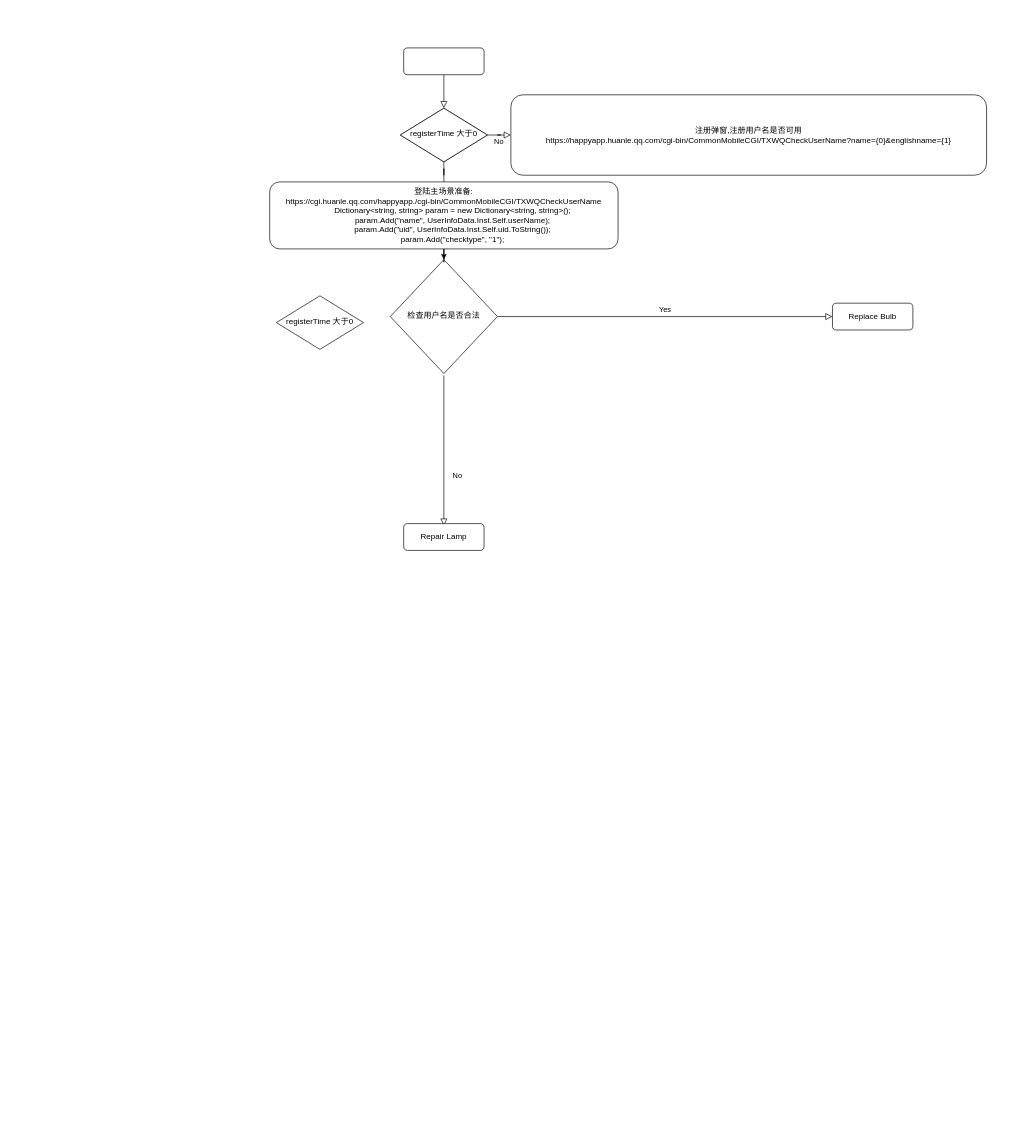
Above: 用户名检测.drawio in atom123/Draw (draw.io), before the change. Source tidied: cells renumbered, new cells numbered last; positions are measured from the earlier drawing's top-left corner, leaving out a move shared by most shapes. Both pictures are drawn from the tidied source at 67%, with x=0, y=0 at pixel (269, 48).
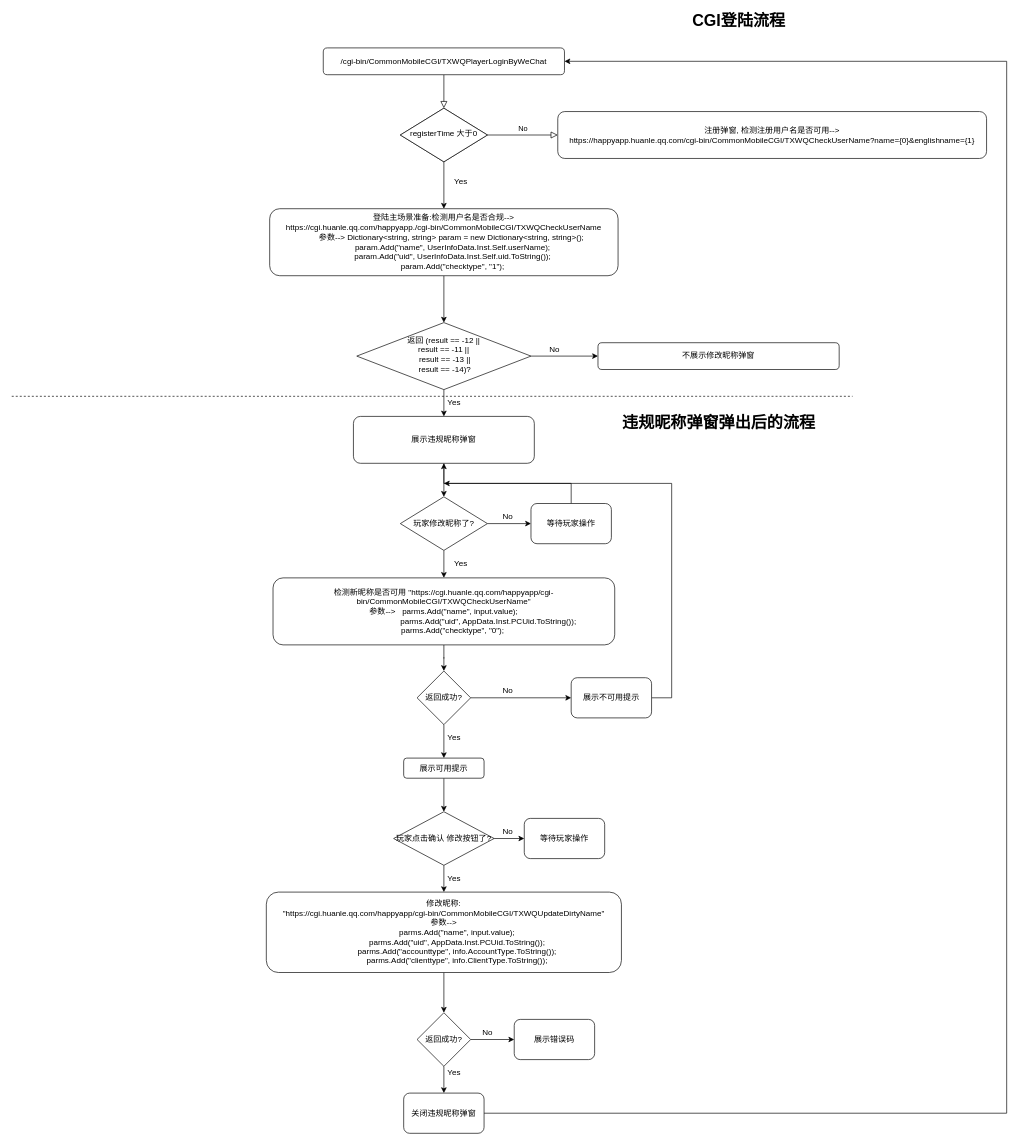
After the change.

Commit message (it also covers changes not shown here):
Update 用户名检测.drawio

Unchanged cells that the change refers to:
```xml
<mxCell id="5" value="registerTime&amp;nbsp;大于0" style="rhombus;whiteSpace=wrap;html=1;shadow=0;fontFamily=Helvetica;fontSize=12;align=center;strokeWidth=1;spacing=6;spacingTop=-4;" parent="1" vertex="1">
  <mxGeometry x="195" y="90" width="130" height="80" as="geometry" />
</mxCell>
<mxCell id="15" value="registerTime&amp;nbsp;大于0" style="rhombus;whiteSpace=wrap;html=1;shadow=0;fontFamily=Helvetica;fontSize=12;align=center;strokeWidth=1;spacing=6;spacingTop=-4;" parent="1" vertex="1">
  <mxGeometry x="195" y="90" width="130" height="80" as="geometry" />
</mxCell>
```

The edit, as a diff of the source:
```diff
@@
-    <mxCell id="3" style="rounded=1;whiteSpace=wrap;html=1;fontSize=12;glass=0;strokeWidth=1;shadow=0;" parent="1" vertex="1">
-      <mxGeometry x="200" width="120" height="40" as="geometry" />
+    <mxCell id="3" value="/cgi-bin/CommonMobileCGI/TXWQPlayerLoginByWeChat" style="rounded=1;whiteSpace=wrap;html=1;fontSize=12;glass=0;strokeWidth=1;shadow=0;" parent="1" vertex="1">
+      <mxGeometry x="80" width="360" height="40" as="geometry" />
     </mxCell>
@@
-    <mxCell id="6" value="注册弹窗,注册用户名是否可用&lt;br&gt;https://happyapp.huanle.qq.com/cgi-bin/CommonMobileCGI/TXWQCheckUserName?name={0}&amp;amp;englishname={1}" style="rounded=1;whiteSpace=wrap;html=1;fontSize=12;glass=0;strokeWidth=1;shadow=0;" parent="1" vertex="1">
-      <mxGeometry x="360" y="70" width="710" height="120" as="geometry" />
+    <mxCell id="6" value="注册弹窗,&amp;nbsp;检测注册用户名是否可用--&amp;gt;&lt;br&gt;https://happyapp.huanle.qq.com/cgi-bin/CommonMobileCGI/TXWQCheckUserName?name={0}&amp;amp;englishname={1}" style="rounded=1;whiteSpace=wrap;html=1;fontSize=12;glass=0;strokeWidth=1;shadow=0;" parent="1" vertex="1">
+      <mxGeometry x="430" y="95" width="640" height="70" as="geometry" />
     </mxCell>
-    <mxCell id="7" value="No" style="rounded=0;html=1;jettySize=auto;orthogonalLoop=1;fontSize=11;endArrow=block;endFill=0;endSize=8;strokeWidth=1;shadow=0;labelBackgroundColor=none;edgeStyle=orthogonalEdgeStyle;" parent="1" edge="1">
-      <mxGeometry x="0.33" y="20" relative="1" as="geometry">
-        <mxPoint x="260" y="489" as="sourcePoint" />
-        <mxPoint x="260" y="713" as="targetPoint" />
-      </mxGeometry>
-    </mxCell>
-    <mxCell id="8" value="Yes" style="edgeStyle=orthogonalEdgeStyle;rounded=0;html=1;jettySize=auto;fontSize=11;endArrow=block;endFill=0;endSize=8;strokeWidth=1;shadow=0;labelBackgroundColor=none;" parent="1" edge="1" source="9" target="11">
-      <mxGeometry y="10" relative="1" as="geometry" />
-    </mxCell>
-    <mxCell id="9" value="检查用户名是否合法" style="rhombus;whiteSpace=wrap;html=1;shadow=0;fontFamily=Helvetica;fontSize=12;align=center;strokeWidth=1;spacing=6;spacingTop=-4;" parent="1" vertex="1">
-      <mxGeometry x="180" y="316" width="160" height="170" as="geometry" />
-    </mxCell>
+    <mxCell id="17" style="edgeStyle=orthogonalEdgeStyle;rounded=0;jettySize=auto;html=1;" parent="1" edge="1" source="10" target="28">
+      <mxGeometry relative="1" as="geometry" />
+    </mxCell>
-    <mxCell id="10" value="Repair Lamp" style="rounded=1;whiteSpace=wrap;html=1;fontSize=12;glass=0;strokeWidth=1;shadow=0;" parent="1" vertex="1">
-      <mxGeometry x="200" y="710" width="120" height="40" as="geometry" />
+    <mxCell id="10" value="展示违规昵称弹窗" style="rounded=1;whiteSpace=wrap;html=1;fontSize=12;glass=0;strokeWidth=1;shadow=0;" parent="1" vertex="1">
+      <mxGeometry x="125" y="550" width="270" height="70" as="geometry" />
     </mxCell>
-    <mxCell id="11" value="Replace Bulb" style="rounded=1;whiteSpace=wrap;html=1;fontSize=12;glass=0;strokeWidth=1;shadow=0;" parent="1" vertex="1">
-      <mxGeometry x="840" y="381" width="120" height="40" as="geometry" />
-    </mxCell>
-    <mxCell id="12" style="edgeStyle=orthogonalEdgeStyle;rounded=0;jettySize=auto;html=1;" parent="1" edge="1" source="13" target="9">
-      <mxGeometry relative="1" as="geometry" />
-    </mxCell>
+    <mxCell id="18" style="edgeStyle=orthogonalEdgeStyle;rounded=0;jettySize=auto;html=1;entryX=0.5;entryY=0;entryDx=0;entryDy=0;" parent="1" edge="1" source="13" target="16">
+      <mxGeometry relative="1" as="geometry" />
+    </mxCell>
-    <mxCell id="13" value="登陆主场景准备:&lt;br&gt;https://cgi.huanle.qq.com/happyapp./cgi-bin/CommonMobileCGI/TXWQCheckUserName&lt;br&gt;&lt;div&gt;&amp;nbsp; &amp;nbsp; &amp;nbsp; &amp;nbsp; Dictionary&amp;lt;string, string&amp;gt; param = new Dictionary&amp;lt;string, string&amp;gt;();&lt;/div&gt;&lt;div&gt;&amp;nbsp; &amp;nbsp; &amp;nbsp; &amp;nbsp; param.Add(&quot;name&quot;, UserInfoData.Inst.Self.userName);&lt;/div&gt;&lt;div&gt;&amp;nbsp; &amp;nbsp; &amp;nbsp; &amp;nbsp; param.Add(&quot;uid&quot;, UserInfoData.Inst.Self.uid.ToString());&lt;/div&gt;&lt;div&gt;&amp;nbsp; &amp;nbsp; &amp;nbsp; &amp;nbsp; param.Add(&quot;checktype&quot;, &quot;1&quot;);&lt;/div&gt;" style="rounded=1;whiteSpace=wrap;html=1;fontSize=12;glass=0;strokeWidth=1;shadow=0;" parent="1" vertex="1">
-      <mxGeometry y="200" width="520" height="100" as="geometry" />
+    <mxCell id="13" value="登陆主场景准备:检测用户名是否合规--&amp;gt;&lt;br&gt;https://cgi.huanle.qq.com/happyapp./cgi-bin/CommonMobileCGI/TXWQCheckUserName&lt;br&gt;&lt;div&gt;&amp;nbsp; &amp;nbsp; &amp;nbsp; &amp;nbsp;参数--&amp;gt; Dictionary&amp;lt;string, string&amp;gt; param = new Dictionary&amp;lt;string, string&amp;gt;();&lt;/div&gt;&lt;div&gt;&amp;nbsp; &amp;nbsp; &amp;nbsp; &amp;nbsp; param.Add(&quot;name&quot;, UserInfoData.Inst.Self.userName);&lt;/div&gt;&lt;div&gt;&amp;nbsp; &amp;nbsp; &amp;nbsp; &amp;nbsp; param.Add(&quot;uid&quot;, UserInfoData.Inst.Self.uid.ToString());&lt;/div&gt;&lt;div&gt;&amp;nbsp; &amp;nbsp; &amp;nbsp; &amp;nbsp; param.Add(&quot;checktype&quot;, &quot;1&quot;);&lt;/div&gt;" style="rounded=1;whiteSpace=wrap;html=1;fontSize=12;glass=0;strokeWidth=1;shadow=0;" parent="1" vertex="1">
+      <mxGeometry y="240" width="520" height="100" as="geometry" />
     </mxCell>
-    <mxCell id="14" style="rounded=0;html=1;jettySize=auto;fontSize=11;endArrow=none;endFill=0;endSize=8;strokeWidth=1;shadow=0;labelBackgroundColor=none;edgeStyle=orthogonalEdgeStyle;" parent="1" edge="1" source="5" target="13">
-      <mxGeometry y="20" relative="1" as="geometry" />
-    </mxCell>
+    <mxCell id="19" style="edgeStyle=orthogonalEdgeStyle;rounded=0;jettySize=auto;html=1;entryX=0.5;entryY=0;entryDx=0;entryDy=0;" parent="1" edge="1" source="15" target="13">
+      <mxGeometry relative="1" as="geometry" />
+    </mxCell>
@@
+    <mxCell id="20" style="edgeStyle=orthogonalEdgeStyle;rounded=0;jettySize=auto;html=1;" parent="1" edge="1" source="16" target="10">
+      <mxGeometry relative="1" as="geometry" />
+    </mxCell>
+    <mxCell id="21" style="edgeStyle=orthogonalEdgeStyle;rounded=0;jettySize=auto;html=1;exitX=1;exitY=0.5;exitDx=0;exitDy=0;entryX=0;entryY=0.5;entryDx=0;entryDy=0;" parent="1" edge="1" source="16" target="25">
+      <mxGeometry relative="1" as="geometry" />
+    </mxCell>
-    <mxCell id="16" value="registerTime&amp;nbsp;大于0" style="rhombus;whiteSpace=wrap;html=1;shadow=0;fontFamily=Helvetica;fontSize=12;align=center;strokeWidth=1;spacing=6;spacingTop=-4;" parent="1" vertex="1">
-      <mxGeometry x="10" y="370" width="130" height="80" as="geometry" />
+    <mxCell id="16" value="返回 (result == -12 || &lt;br&gt;result == -11 ||&lt;br&gt;&amp;nbsp;result == -13 ||&lt;br&gt;&amp;nbsp;result == -14)?" style="rhombus;whiteSpace=wrap;html=1;shadow=0;fontFamily=Helvetica;fontSize=12;align=center;strokeWidth=1;spacing=6;spacingTop=-4;" parent="1" vertex="1">
+      <mxGeometry x="130" y="410" width="260" height="100" as="geometry" />
     </mxCell>
+    <mxCell id="22" value="Yes" style="text;html=1;align=center;verticalAlign=middle;strokeColor=none;fillColor=none;" parent="1" vertex="1">
+      <mxGeometry x="270" y="190" width="30" height="20" as="geometry" />
+    </mxCell>
+    <mxCell id="23" value="Yes" style="text;html=1;align=center;verticalAlign=middle;strokeColor=none;fillColor=none;" parent="1" vertex="1">
+      <mxGeometry x="260" y="520" width="30" height="20" as="geometry" />
+    </mxCell>
+    <mxCell id="24" value="No" style="text;html=1;align=center;verticalAlign=middle;strokeColor=none;fillColor=none;" parent="1" vertex="1">
+      <mxGeometry x="410" y="440" width="30" height="20" as="geometry" />
+    </mxCell>
+    <mxCell id="25" value="不展示修改昵称弹窗" style="rounded=1;whiteSpace=wrap;html=1;fontSize=12;glass=0;strokeWidth=1;shadow=0;" parent="1" vertex="1">
+      <mxGeometry x="490" y="440" width="360" height="40" as="geometry" />
+    </mxCell>
+    <mxCell id="26" style="edgeStyle=orthogonalEdgeStyle;rounded=0;jettySize=auto;html=1;entryX=0.5;entryY=0;entryDx=0;entryDy=0;" parent="1" edge="1" source="28" target="30">
+      <mxGeometry relative="1" as="geometry" />
+    </mxCell>
+    <mxCell id="27" style="edgeStyle=orthogonalEdgeStyle;rounded=0;jettySize=auto;html=1;entryX=0;entryY=0.5;entryDx=0;entryDy=0;" parent="1" edge="1" source="28" target="32">
+      <mxGeometry relative="1" as="geometry" />
+    </mxCell>
+    <mxCell id="28" value="玩家修改昵称了?" style="rhombus;whiteSpace=wrap;html=1;" parent="1" vertex="1">
+      <mxGeometry x="195" y="670" width="130" height="80" as="geometry" />
+    </mxCell>
+    <mxCell id="29" style="edgeStyle=orthogonalEdgeStyle;rounded=0;jettySize=auto;html=1;entryX=0.5;entryY=0;entryDx=0;entryDy=0;" parent="1" edge="1" source="30" target="37">
+      <mxGeometry relative="1" as="geometry" />
+    </mxCell>
+    <mxCell id="30" value="检测新昵称是否可用 &quot;https://cgi.huanle.qq.com/happyapp/cgi-bin/CommonMobileCGI/TXWQCheckUserName&quot;&lt;br&gt;参数--&amp;gt;&lt;span&gt;&amp;nbsp; &amp;nbsp;parms.Add(&quot;name&quot;, input.value);&lt;/span&gt;&lt;div&gt;&amp;nbsp; &amp;nbsp; &amp;nbsp; &amp;nbsp; &amp;nbsp; &amp;nbsp; &amp;nbsp; &amp;nbsp; &amp;nbsp; &amp;nbsp; &amp;nbsp; &amp;nbsp; &amp;nbsp; &amp;nbsp; &amp;nbsp; &amp;nbsp; &amp;nbsp; &amp;nbsp; &amp;nbsp; &amp;nbsp; parms.Add(&quot;uid&quot;, AppData.Inst.PCUid.ToString());&lt;/div&gt;&lt;div&gt;&lt;span&gt;&amp;nbsp; &amp;nbsp; &amp;nbsp; &amp;nbsp; parms.Add(&quot;checktype&quot;, &quot;0&quot;);&lt;/span&gt;&lt;br&gt;&lt;/div&gt;" style="rounded=1;whiteSpace=wrap;html=1;" parent="1" vertex="1">
+      <mxGeometry x="5" y="791" width="510" height="100" as="geometry" />
+    </mxCell>
+    <mxCell id="31" style="edgeStyle=orthogonalEdgeStyle;rounded=0;jettySize=auto;html=1;" parent="1" edge="1" source="32" target="10">
+      <mxGeometry relative="1" as="geometry" />
+    </mxCell>
+    <mxCell id="32" value="等待玩家操作" style="rounded=1;whiteSpace=wrap;html=1;" parent="1" vertex="1">
+      <mxGeometry x="390" y="680" width="120" height="60" as="geometry" />
+    </mxCell>
+    <mxCell id="33" value="Yes" style="text;html=1;align=center;verticalAlign=middle;strokeColor=none;fillColor=none;" parent="1" vertex="1">
+      <mxGeometry x="270" y="760" width="30" height="20" as="geometry" />
+    </mxCell>
+    <mxCell id="34" value="No" style="text;html=1;align=center;verticalAlign=middle;strokeColor=none;fillColor=none;" parent="1" vertex="1">
+      <mxGeometry x="340" y="690" width="30" height="20" as="geometry" />
+    </mxCell>
+    <mxCell id="35" style="edgeStyle=orthogonalEdgeStyle;rounded=0;jettySize=auto;html=1;exitX=1;exitY=0.5;exitDx=0;exitDy=0;entryX=0;entryY=0.5;entryDx=0;entryDy=0;" parent="1" edge="1" source="37" target="39">
+      <mxGeometry relative="1" as="geometry" />
+    </mxCell>
+    <mxCell id="36" style="edgeStyle=orthogonalEdgeStyle;rounded=0;jettySize=auto;html=1;exitX=0.5;exitY=1;exitDx=0;exitDy=0;entryX=0.5;entryY=0;entryDx=0;entryDy=0;" parent="1" edge="1" source="37" target="46">
+      <mxGeometry relative="1" as="geometry" />
+    </mxCell>
+    <mxCell id="37" value="返回成功?" style="rhombus;whiteSpace=wrap;html=1;" parent="1" vertex="1">
+      <mxGeometry x="220" y="930" width="80" height="80" as="geometry" />
+    </mxCell>
+    <mxCell id="38" style="edgeStyle=orthogonalEdgeStyle;rounded=0;jettySize=auto;html=1;" parent="1" edge="1" source="39">
+      <mxGeometry relative="1" as="geometry">
+        <mxPoint x="260" y="650" as="targetPoint" />
+        <Array as="points">
+          <mxPoint x="600" y="970" />
+          <mxPoint x="600" y="650" />
+        </Array>
+      </mxGeometry>
+    </mxCell>
+    <mxCell id="39" value="展示不可用提示" style="rounded=1;whiteSpace=wrap;html=1;" parent="1" vertex="1">
+      <mxGeometry x="450" y="940" width="120" height="60" as="geometry" />
+    </mxCell>
+    <mxCell id="40" value="No" style="text;html=1;align=center;verticalAlign=middle;strokeColor=none;fillColor=none;" parent="1" vertex="1">
+      <mxGeometry x="340" y="950" width="30" height="20" as="geometry" />
+    </mxCell>
+    <mxCell id="41" value="Yes" style="text;html=1;align=center;verticalAlign=middle;strokeColor=none;fillColor=none;" parent="1" vertex="1">
+      <mxGeometry x="260" y="1020" width="30" height="20" as="geometry" />
+    </mxCell>
+    <mxCell id="42" style="edgeStyle=orthogonalEdgeStyle;rounded=0;jettySize=auto;html=1;exitX=0.5;exitY=1;exitDx=0;exitDy=0;entryX=0.5;entryY=0;entryDx=0;entryDy=0;" parent="1" edge="1" source="44" target="48">
+      <mxGeometry relative="1" as="geometry" />
+    </mxCell>
+    <mxCell id="43" style="edgeStyle=orthogonalEdgeStyle;rounded=0;jettySize=auto;html=1;entryX=0;entryY=0.5;entryDx=0;entryDy=0;" parent="1" edge="1" source="44" target="58">
+      <mxGeometry relative="1" as="geometry" />
+    </mxCell>
+    <mxCell id="44" value="玩家点击确认&amp;nbsp;修改按钮了?" style="rhombus;whiteSpace=wrap;html=1;" parent="1" vertex="1">
+      <mxGeometry x="185" y="1140" width="150" height="80" as="geometry" />
+    </mxCell>
+    <mxCell id="45" style="edgeStyle=orthogonalEdgeStyle;rounded=0;jettySize=auto;html=1;entryX=0.5;entryY=0;entryDx=0;entryDy=0;" parent="1" edge="1" source="46" target="44">
+      <mxGeometry relative="1" as="geometry" />
+    </mxCell>
+    <mxCell id="46" value="展示可用提示" style="rounded=1;whiteSpace=wrap;html=1;" parent="1" vertex="1">
+      <mxGeometry x="200" y="1060" width="120" height="30" as="geometry" />
+    </mxCell>
+    <mxCell id="47" style="edgeStyle=orthogonalEdgeStyle;rounded=0;jettySize=auto;html=1;entryX=0.5;entryY=0;entryDx=0;entryDy=0;" parent="1" edge="1" source="48" target="51">
+      <mxGeometry relative="1" as="geometry" />
+    </mxCell>
+    <mxCell id="48" value="修改昵称:&lt;br&gt;&quot;https://cgi.huanle.qq.com/happyapp/cgi-bin/CommonMobileCGI/TXWQUpdateDirtyName&quot;&lt;br&gt;参数--&amp;gt;&lt;br&gt;&lt;div&gt;&amp;nbsp; &amp;nbsp; &amp;nbsp; &amp;nbsp; &amp;nbsp; &amp;nbsp; parms.Add(&quot;name&quot;, input.value);&lt;/div&gt;&lt;div&gt;&lt;span&gt;&amp;nbsp; &amp;nbsp; &amp;nbsp; &amp;nbsp; &amp;nbsp; &amp;nbsp; parms.Add(&quot;uid&quot;, AppData.Inst.PCUid.ToString());&lt;/span&gt;&lt;br&gt;&lt;/div&gt;&lt;div&gt;&amp;nbsp; &amp;nbsp; &amp;nbsp; &amp;nbsp; &amp;nbsp; &amp;nbsp; parms.Add(&quot;accounttype&quot;, info.AccountType.ToString());&lt;/div&gt;&lt;div&gt;&amp;nbsp; &amp;nbsp; &amp;nbsp; &amp;nbsp; &amp;nbsp; &amp;nbsp; parms.Add(&quot;clienttype&quot;, info.ClientType.ToString());&lt;/div&gt;" style="rounded=1;whiteSpace=wrap;html=1;" parent="1" vertex="1">
+      <mxGeometry x="-5" y="1260" width="530" height="120" as="geometry" />
+    </mxCell>
+    <mxCell id="49" style="edgeStyle=orthogonalEdgeStyle;rounded=0;jettySize=auto;html=1;entryX=0;entryY=0.5;entryDx=0;entryDy=0;" parent="1" edge="1" source="51" target="52">
+      <mxGeometry relative="1" as="geometry" />
+    </mxCell>
+    <mxCell id="50" style="edgeStyle=orthogonalEdgeStyle;rounded=0;jettySize=auto;html=1;exitX=0.5;exitY=1;exitDx=0;exitDy=0;entryX=0.5;entryY=0;entryDx=0;entryDy=0;" parent="1" edge="1" source="51" target="54">
+      <mxGeometry relative="1" as="geometry" />
+    </mxCell>
+    <mxCell id="51" value="返回成功?" style="rhombus;whiteSpace=wrap;html=1;" parent="1" vertex="1">
+      <mxGeometry x="220" y="1440" width="80" height="80" as="geometry" />
+    </mxCell>
+    <mxCell id="52" value="展示错误码" style="rounded=1;whiteSpace=wrap;html=1;" parent="1" vertex="1">
+      <mxGeometry x="365" y="1450" width="120" height="60" as="geometry" />
+    </mxCell>
+    <mxCell id="53" style="edgeStyle=orthogonalEdgeStyle;rounded=0;jettySize=auto;html=1;entryX=1;entryY=0.5;entryDx=0;entryDy=0;fontSize=24;" parent="1" edge="1" source="54" target="3">
+      <mxGeometry relative="1" as="geometry">
+        <Array as="points">
+          <mxPoint x="1100" y="1590" />
+          <mxPoint x="1100" y="20" />
+        </Array>
+      </mxGeometry>
+    </mxCell>
+    <mxCell id="54" value="关闭违规昵称弹窗" style="rounded=1;whiteSpace=wrap;html=1;" parent="1" vertex="1">
+      <mxGeometry x="200" y="1560" width="120" height="60" as="geometry" />
+    </mxCell>
+    <mxCell id="55" value="Yes" style="text;html=1;align=center;verticalAlign=middle;strokeColor=none;fillColor=none;" parent="1" vertex="1">
+      <mxGeometry x="260" y="1520" width="30" height="20" as="geometry" />
+    </mxCell>
+    <mxCell id="56" value="No" style="text;html=1;align=center;verticalAlign=middle;strokeColor=none;fillColor=none;" parent="1" vertex="1">
+      <mxGeometry x="310" y="1460" width="30" height="20" as="geometry" />
+    </mxCell>
+    <mxCell id="57" value="Yes" style="text;html=1;align=center;verticalAlign=middle;strokeColor=none;fillColor=none;" parent="1" vertex="1">
+      <mxGeometry x="260" y="1230" width="30" height="20" as="geometry" />
+    </mxCell>
+    <mxCell id="58" value="等待玩家操作" style="rounded=1;whiteSpace=wrap;html=1;" parent="1" vertex="1">
+      <mxGeometry x="380" y="1150" width="120" height="60" as="geometry" />
+    </mxCell>
+    <mxCell id="59" value="No" style="text;html=1;align=center;verticalAlign=middle;strokeColor=none;fillColor=none;" parent="1" vertex="1">
+      <mxGeometry x="340" y="1160" width="30" height="20" as="geometry" />
+    </mxCell>
+    <mxCell id="60" style="endArrow=none;dashed=1;html=1;rounded=0;" parent="1" edge="1">
+      <mxGeometry relative="1" as="geometry">
+        <mxPoint x="-385" y="520" as="sourcePoint" />
+        <mxPoint x="870" y="520" as="targetPoint" />
+      </mxGeometry>
+    </mxCell>
+    <mxCell id="61" value="&lt;span&gt;&lt;font style=&quot;font-size: 24px&quot;&gt;&lt;b&gt;违规昵称弹窗弹出后的流程&lt;/b&gt;&lt;/font&gt;&lt;/span&gt;" style="text;html=1;align=center;verticalAlign=middle;strokeColor=none;fillColor=none;" parent="1" vertex="1">
+      <mxGeometry x="520" y="550" width="300" height="20" as="geometry" />
+    </mxCell>
+    <mxCell id="62" value="&lt;span&gt;&lt;font style=&quot;font-size: 24px&quot;&gt;&lt;b&gt;CGI登陆流程&lt;/b&gt;&lt;/font&gt;&lt;/span&gt;" style="text;html=1;align=center;verticalAlign=middle;strokeColor=none;fillColor=none;" parent="1" vertex="1">
+      <mxGeometry x="625" y="-50" width="150" height="20" as="geometry" />
+    </mxCell>
```
